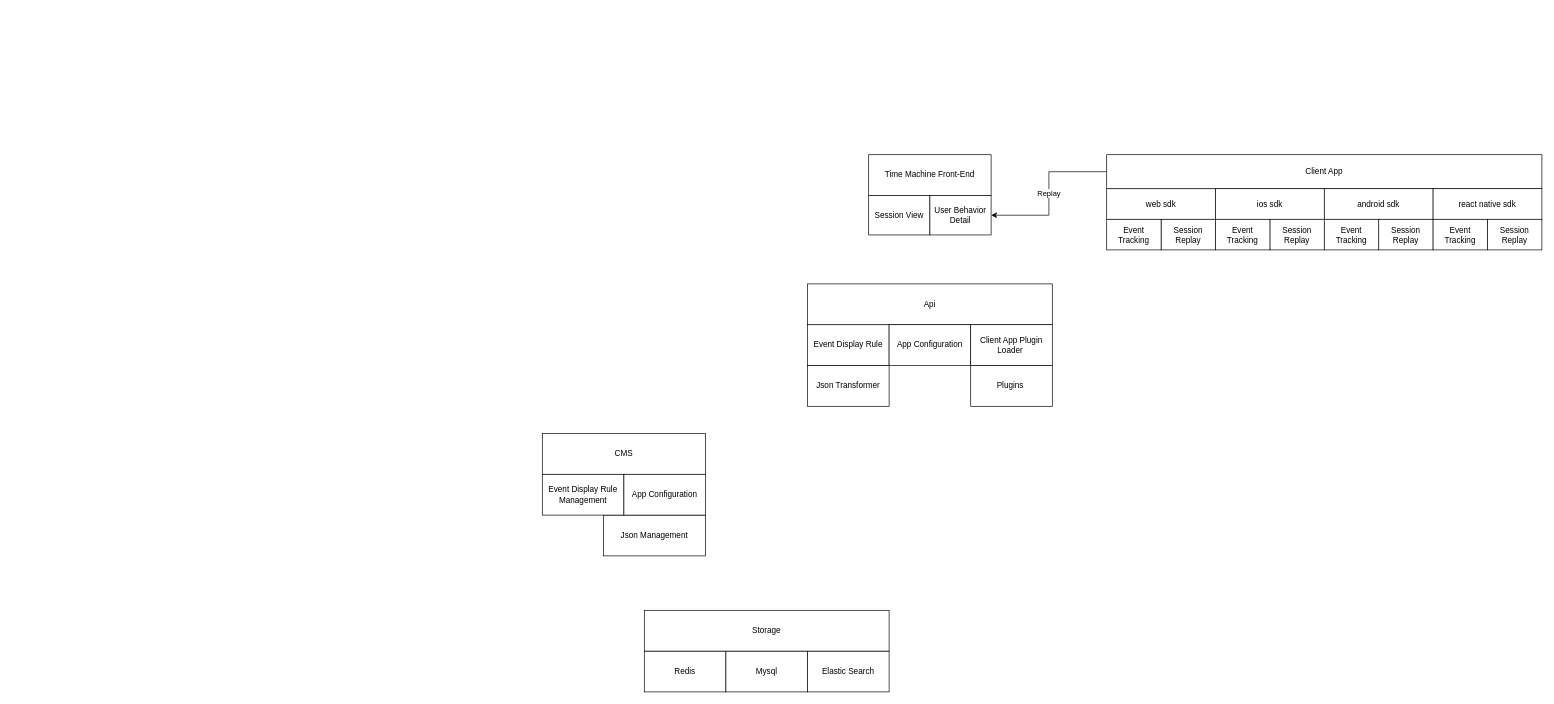
This is time-machine.drawio from zzz945/drawing, a draw.io file, before an edit. Source tidied: cells renumbered, new cells numbered last; positions are measured from the earlier drawing's top-left corner, leaving out a move shared by most shapes. Both pictures are drawn from the tidied source at 68%, with x=0, y=0 at pixel (542, 154).
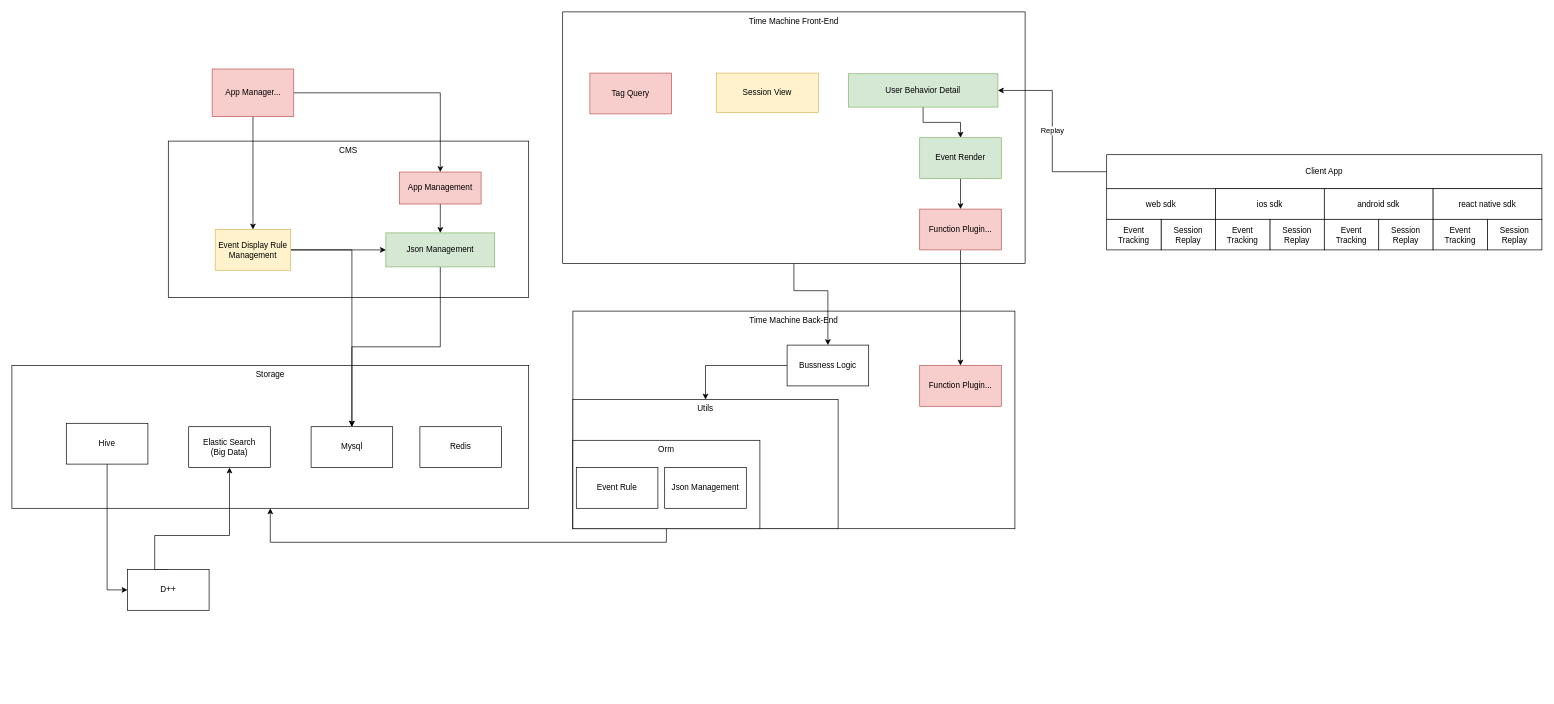
The same diagram, later.

Unchanged cells that the change refers to:
```xml
<mxCell id="5" value="Client App" style="rounded=0;whiteSpace=wrap;html=1;" parent="1" vertex="1">
  <mxGeometry x="830" width="640" height="50" as="geometry" />
</mxCell>
```

Change to the diagram source:
```diff
@@
+    <mxCell id="25" value="Time Machine Back-End" style="rounded=0;whiteSpace=wrap;html=1;verticalAlign=top;" parent="1" vertex="1">
+      <mxGeometry x="45" y="230" width="650" height="320" as="geometry" />
+    </mxCell>
+    <mxCell id="33" value="Utils" style="rounded=0;whiteSpace=wrap;html=1;labelBackgroundColor=none;verticalAlign=top;" parent="1" vertex="1">
+      <mxGeometry x="45" y="360" width="390" height="190" as="geometry" />
+    </mxCell>
+    <mxCell id="30" value="Storage" style="rounded=0;whiteSpace=wrap;html=1;verticalAlign=top;" parent="1" vertex="1">
+      <mxGeometry x="-780" y="310" width="760" height="210" as="geometry" />
+    </mxCell>
+    <mxCell id="34" style="edgeStyle=orthogonalEdgeStyle;rounded=0;jettySize=auto;html=1;exitX=0.5;exitY=1;exitDx=0;exitDy=0;entryX=0.5;entryY=1;entryDx=0;entryDy=0;" parent="1" edge="1" source="35" target="30">
+      <mxGeometry relative="1" as="geometry" />
+    </mxCell>
+    <mxCell id="35" value="Orm" style="rounded=0;whiteSpace=wrap;html=1;labelBackgroundColor=none;verticalAlign=top;" parent="1" vertex="1">
+      <mxGeometry x="45" y="420" width="275" height="130" as="geometry" />
+    </mxCell>
+    <mxCell id="17" value="CMS" style="rounded=0;whiteSpace=wrap;html=1;verticalAlign=top;" parent="1" vertex="1">
+      <mxGeometry x="-550" y="-20" width="530" height="230" as="geometry" />
+    </mxCell>
@@
-    <mxCell id="4" value="Replay" style="edgeStyle=orthogonalEdgeStyle;rounded=0;jettySize=auto;html=1;exitX=0;exitY=0.5;exitDx=0;exitDy=0;entryX=1;entryY=0.5;entryDx=0;entryDy=0;" parent="1" edge="1" source="5" target="19">
-      <mxGeometry relative="1" as="geometry" />
-    </mxCell>
@@
+    <mxCell id="36" style="edgeStyle=orthogonalEdgeStyle;rounded=0;jettySize=auto;html=1;exitX=0.5;exitY=1;exitDx=0;exitDy=0;" parent="1" edge="1" source="16" target="29">
+      <mxGeometry relative="1" as="geometry">
+        <Array as="points">
+          <mxPoint x="370" y="200" />
+          <mxPoint x="420" y="200" />
+        </Array>
+      </mxGeometry>
+    </mxCell>
-    <mxCell id="16" value="Time Machine Front-End" style="rounded=0;whiteSpace=wrap;html=1;" parent="1" vertex="1">
-      <mxGeometry x="480" width="180" height="60" as="geometry" />
+    <mxCell id="16" value="Time Machine Front-End" style="rounded=0;whiteSpace=wrap;html=1;horizontal=1;verticalAlign=top;" parent="1" vertex="1">
+      <mxGeometry x="30" y="-210" width="680" height="370" as="geometry" />
     </mxCell>
-    <mxCell id="17" value="CMS" style="rounded=0;whiteSpace=wrap;html=1;" parent="1" vertex="1">
-      <mxGeometry y="410" width="240" height="60" as="geometry" />
-    </mxCell>
-    <mxCell id="18" value="Session View" style="rounded=0;whiteSpace=wrap;html=1;" parent="1" vertex="1">
-      <mxGeometry x="480" y="60" width="90" height="58" as="geometry" />
+    <mxCell id="18" value="Session View" style="rounded=0;whiteSpace=wrap;html=1;fillColor=#fff2cc;strokeColor=#d6b656;" parent="1" vertex="1">
+      <mxGeometry x="256" y="-120" width="150" height="58" as="geometry" />
     </mxCell>
+    <mxCell id="37" style="edgeStyle=orthogonalEdgeStyle;rounded=0;jettySize=auto;html=1;entryX=0.5;entryY=0;entryDx=0;entryDy=0;" parent="1" edge="1" source="19" target="48">
+      <mxGeometry relative="1" as="geometry" />
+    </mxCell>
-    <mxCell id="19" value="User Behavior Detail" style="rounded=0;whiteSpace=wrap;html=1;" parent="1" vertex="1">
-      <mxGeometry x="570" y="60" width="90" height="58" as="geometry" />
+    <mxCell id="19" value="User Behavior Detail" style="rounded=0;whiteSpace=wrap;html=1;fillColor=#d5e8d4;strokeColor=#82b366;" parent="1" vertex="1">
+      <mxGeometry x="450" y="-119" width="220" height="49" as="geometry" />
     </mxCell>
+    <mxCell id="38" style="edgeStyle=orthogonalEdgeStyle;rounded=0;jettySize=auto;html=1;exitX=0.5;exitY=1;exitDx=0;exitDy=0;" parent="1" edge="1" source="20" target="27">
+      <mxGeometry relative="1" as="geometry" />
+    </mxCell>
-    <mxCell id="20" value="Json Management" style="rounded=0;whiteSpace=wrap;html=1;" parent="1" vertex="1">
-      <mxGeometry x="90" y="530" width="150" height="60" as="geometry" />
+    <mxCell id="20" value="Json Management" style="rounded=0;whiteSpace=wrap;html=1;fillColor=#d5e8d4;strokeColor=#82b366;" parent="1" vertex="1">
+      <mxGeometry x="-230" y="115" width="160" height="50" as="geometry" />
     </mxCell>
+    <mxCell id="39" style="edgeStyle=orthogonalEdgeStyle;rounded=0;jettySize=auto;html=1;" parent="1" edge="1" source="21" target="27">
+      <mxGeometry relative="1" as="geometry" />
+    </mxCell>
+    <mxCell id="40" style="edgeStyle=orthogonalEdgeStyle;rounded=0;jettySize=auto;html=1;" parent="1" edge="1" source="21" target="20">
+      <mxGeometry relative="1" as="geometry" />
+    </mxCell>
-    <mxCell id="21" value="Event Display Rule Management" style="rounded=0;whiteSpace=wrap;html=1;" parent="1" vertex="1">
-      <mxGeometry y="470" width="120" height="60" as="geometry" />
+    <mxCell id="21" value="Event Display Rule Management" style="rounded=0;whiteSpace=wrap;html=1;fillColor=#fff2cc;strokeColor=#d6b656;" parent="1" vertex="1">
+      <mxGeometry x="-481" y="110" width="111" height="60" as="geometry" />
     </mxCell>
+    <mxCell id="41" style="edgeStyle=orthogonalEdgeStyle;rounded=0;jettySize=auto;html=1;" parent="1" edge="1" source="22" target="20">
+      <mxGeometry relative="1" as="geometry" />
+    </mxCell>
-    <mxCell id="22" value="App Configuration&lt;br&gt;" style="rounded=0;whiteSpace=wrap;html=1;" parent="1" vertex="1">
-      <mxGeometry x="120" y="470" width="120" height="60" as="geometry" />
+    <mxCell id="22" value="App Management" style="rounded=0;whiteSpace=wrap;html=1;fillColor=#f8cecc;strokeColor=#b85450;" parent="1" vertex="1">
+      <mxGeometry x="-210" y="25.5" width="120" height="47" as="geometry" />
     </mxCell>
-    <mxCell id="23" value="Event Display Rule" style="rounded=0;whiteSpace=wrap;html=1;" parent="1" vertex="1">
-      <mxGeometry x="390" y="250" width="120" height="60" as="geometry" />
+    <mxCell id="23" value="Event Rule" style="rounded=0;whiteSpace=wrap;html=1;" parent="1" vertex="1">
+      <mxGeometry x="50" y="460" width="120" height="60" as="geometry" />
     </mxCell>
-    <mxCell id="24" value="Json Transformer" style="rounded=0;whiteSpace=wrap;html=1;" parent="1" vertex="1">
-      <mxGeometry x="390" y="310" width="120" height="60" as="geometry" />
-    </mxCell>
-    <mxCell id="25" value="Api" style="rounded=0;whiteSpace=wrap;html=1;" parent="1" vertex="1">
-      <mxGeometry x="390" y="190" width="360" height="60" as="geometry" />
-    </mxCell>
     <mxCell id="26" value="Redis" style="rounded=0;whiteSpace=wrap;html=1;" parent="1" vertex="1">
-      <mxGeometry x="150" y="730" width="120" height="60" as="geometry" />
+      <mxGeometry x="-180" y="400" width="120" height="60" as="geometry" />
     </mxCell>
     <mxCell id="27" value="Mysql" style="rounded=0;whiteSpace=wrap;html=1;" parent="1" vertex="1">
-      <mxGeometry x="270" y="730" width="120" height="60" as="geometry" />
+      <mxGeometry x="-340" y="400" width="120" height="60" as="geometry" />
     </mxCell>
-    <mxCell id="28" value="Elastic Search" style="rounded=0;whiteSpace=wrap;html=1;" parent="1" vertex="1">
-      <mxGeometry x="390" y="730" width="120" height="60" as="geometry" />
+    <mxCell id="28" value="Elastic Search&lt;br&gt;(Big Data)" style="rounded=0;whiteSpace=wrap;html=1;" parent="1" vertex="1">
+      <mxGeometry x="-520" y="400" width="120" height="60" as="geometry" />
     </mxCell>
+    <mxCell id="42" style="edgeStyle=orthogonalEdgeStyle;rounded=0;jettySize=auto;html=1;exitX=0;exitY=0.5;exitDx=0;exitDy=0;" parent="1" edge="1" source="29" target="33">
+      <mxGeometry relative="1" as="geometry" />
+    </mxCell>
-    <mxCell id="29" value="App Configuration" style="rounded=0;whiteSpace=wrap;html=1;" parent="1" vertex="1">
-      <mxGeometry x="510" y="250" width="120" height="60" as="geometry" />
+    <mxCell id="29" value="Bussness Logic" style="rounded=0;whiteSpace=wrap;html=1;" parent="1" vertex="1">
+      <mxGeometry x="360" y="280" width="120" height="60" as="geometry" />
     </mxCell>
-    <mxCell id="30" value="Storage" style="rounded=0;whiteSpace=wrap;html=1;" parent="1" vertex="1">
-      <mxGeometry x="150" y="670" width="360" height="60" as="geometry" />
-    </mxCell>
-    <mxCell id="31" value="Plugins&amp;nbsp;" style="rounded=0;whiteSpace=wrap;html=1;" parent="1" vertex="1">
-      <mxGeometry x="630" y="310" width="120" height="60" as="geometry" />
-    </mxCell>
-    <mxCell id="32" value="Client App Plugin Loader&amp;nbsp;" style="rounded=0;whiteSpace=wrap;html=1;" parent="1" vertex="1">
-      <mxGeometry x="630" y="250" width="120" height="60" as="geometry" />
-    </mxCell>
+    <mxCell id="43" value="Tag Query" style="rounded=0;whiteSpace=wrap;html=1;labelBackgroundColor=none;fillColor=#f8cecc;strokeColor=#b85450;" parent="1" vertex="1">
+      <mxGeometry x="70" y="-120" width="120" height="60" as="geometry" />
+    </mxCell>
+    <mxCell id="4" value="Replay" style="edgeStyle=orthogonalEdgeStyle;rounded=0;jettySize=auto;html=1;exitX=0;exitY=0.5;exitDx=0;exitDy=0;entryX=1;entryY=0.5;entryDx=0;entryDy=0;" parent="1" edge="1" source="5" target="19">
+      <mxGeometry relative="1" as="geometry" />
+    </mxCell>
+    <mxCell id="44" style="edgeStyle=orthogonalEdgeStyle;rounded=0;jettySize=auto;html=1;exitX=0.5;exitY=1;exitDx=0;exitDy=0;" parent="1" edge="1" source="45" target="46">
+      <mxGeometry relative="1" as="geometry" />
+    </mxCell>
+    <mxCell id="45" value="Function Plugin..." style="rounded=0;whiteSpace=wrap;html=1;fillColor=#f8cecc;strokeColor=#b85450;" parent="1" vertex="1">
+      <mxGeometry x="555" y="80" width="120" height="60" as="geometry" />
+    </mxCell>
+    <mxCell id="46" value="Function Plugin..." style="rounded=0;whiteSpace=wrap;html=1;fillColor=#f8cecc;strokeColor=#b85450;" parent="1" vertex="1">
+      <mxGeometry x="555" y="310" width="120" height="60" as="geometry" />
+    </mxCell>
+    <mxCell id="47" style="edgeStyle=orthogonalEdgeStyle;rounded=0;jettySize=auto;html=1;" parent="1" edge="1" source="48" target="45">
+      <mxGeometry relative="1" as="geometry" />
+    </mxCell>
+    <mxCell id="48" value="Event Render" style="rounded=0;whiteSpace=wrap;html=1;labelBackgroundColor=none;fillColor=#d5e8d4;strokeColor=#82b366;" parent="1" vertex="1">
+      <mxGeometry x="555" y="-25" width="120" height="60" as="geometry" />
+    </mxCell>
+    <mxCell id="49" value="Json Management" style="rounded=0;whiteSpace=wrap;html=1;labelBackgroundColor=none;" parent="1" vertex="1">
+      <mxGeometry x="180" y="460" width="120" height="60" as="geometry" />
+    </mxCell>
+    <mxCell id="50" style="edgeStyle=orthogonalEdgeStyle;rounded=0;orthogonalLoop=1;jettySize=auto;html=1;exitX=0.5;exitY=1;exitDx=0;exitDy=0;" parent="1" edge="1" source="29" target="29">
+      <mxGeometry relative="1" as="geometry" />
+    </mxCell>
+    <mxCell id="51" style="edgeStyle=orthogonalEdgeStyle;rounded=0;jettySize=auto;html=1;exitX=0.5;exitY=0;exitDx=0;exitDy=0;entryX=0.5;entryY=1;entryDx=0;entryDy=0;" parent="1" edge="1" source="52" target="28">
+      <mxGeometry relative="1" as="geometry">
+        <Array as="points">
+          <mxPoint x="-570" y="560" />
+          <mxPoint x="-460" y="560" />
+        </Array>
+      </mxGeometry>
+    </mxCell>
+    <mxCell id="52" value="D++" style="rounded=0;whiteSpace=wrap;html=1;labelBackgroundColor=none;" parent="1" vertex="1">
+      <mxGeometry x="-610" y="610" width="120" height="60" as="geometry" />
+    </mxCell>
+    <mxCell id="53" style="edgeStyle=orthogonalEdgeStyle;rounded=0;jettySize=auto;html=1;" parent="1" edge="1" source="55" target="21">
+      <mxGeometry relative="1" as="geometry" />
+    </mxCell>
+    <mxCell id="54" style="edgeStyle=orthogonalEdgeStyle;rounded=0;jettySize=auto;html=1;" parent="1" edge="1" source="55" target="22">
+      <mxGeometry relative="1" as="geometry" />
+    </mxCell>
+    <mxCell id="55" value="App Manager..." style="rounded=0;whiteSpace=wrap;html=1;labelBackgroundColor=none;fillColor=#f8cecc;strokeColor=#b85450;" parent="1" vertex="1">
+      <mxGeometry x="-485.5" y="-126" width="120" height="70" as="geometry" />
+    </mxCell>
+    <mxCell id="56" style="edgeStyle=orthogonalEdgeStyle;rounded=0;jettySize=auto;html=1;exitX=0.5;exitY=1;exitDx=0;exitDy=0;entryX=0;entryY=0.5;entryDx=0;entryDy=0;" parent="1" edge="1" source="57" target="52">
+      <mxGeometry relative="1" as="geometry" />
+    </mxCell>
+    <mxCell id="57" value="Hive" style="rounded=0;whiteSpace=wrap;html=1;labelBackgroundColor=none;" parent="1" vertex="1">
+      <mxGeometry x="-700" y="395" width="120" height="60" as="geometry" />
+    </mxCell>
```
